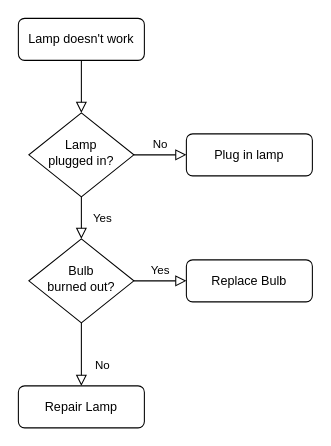
Above: Untitled Diagram.drawio in XuetingZhang/BiminghamWInnerSchool (draw.io), before the change. Source tidied: cells renumbered, new cells numbered last; positions are measured from the earlier drawing's top-left corner, leaving out a move shared by most shapes. Both pictures are drawn from the tidied source at 105%, with x=0, y=0 at pixel (18, 18).
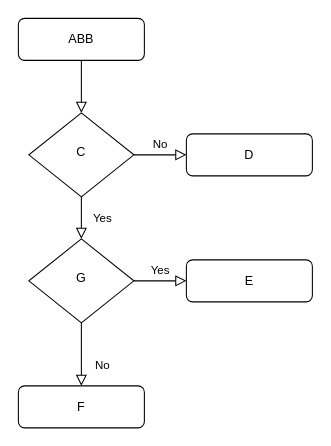
The same diagram, later.

Diff of the diagram source:
```diff
@@
 <mxGraphModel>
   <root>
     <mxCell id="0" />
     <mxCell id="1" parent="0" />
     <mxCell id="2" style="rounded=0;html=1;jettySize=auto;fontSize=11;endArrow=block;endFill=0;endSize=8;strokeWidth=1;shadow=0;labelBackgroundColor=none;edgeStyle=orthogonalEdgeStyle;" parent="1" edge="1" source="3" target="6">
       <mxGeometry relative="1" as="geometry" />
     </mxCell>
-    <mxCell id="3" value="Lamp doesn't work" style="rounded=1;whiteSpace=wrap;html=1;fontSize=12;glass=0;strokeWidth=1;shadow=0;" parent="1" vertex="1">
+    <mxCell id="3" value="ABB" style="rounded=1;whiteSpace=wrap;html=1;fontSize=12;glass=0;strokeWidth=1;shadow=0;" parent="1" vertex="1">
       <mxGeometry width="120" height="40" as="geometry" />
     </mxCell>
     <mxCell id="4" value="Yes" style="rounded=0;html=1;jettySize=auto;fontSize=11;endArrow=block;endFill=0;endSize=8;strokeWidth=1;shadow=0;labelBackgroundColor=none;edgeStyle=orthogonalEdgeStyle;" parent="1" edge="1" source="6" target="10">
       <mxGeometry y="20" relative="1" as="geometry" />
     </mxCell>
     <mxCell id="5" value="No" style="edgeStyle=orthogonalEdgeStyle;rounded=0;html=1;jettySize=auto;fontSize=11;endArrow=block;endFill=0;endSize=8;strokeWidth=1;shadow=0;labelBackgroundColor=none;" parent="1" edge="1" source="6" target="7">
       <mxGeometry y="10" relative="1" as="geometry" />
     </mxCell>
-    <mxCell id="6" value="Lamp&lt;br&gt;plugged in?" style="rhombus;whiteSpace=wrap;html=1;shadow=0;fontFamily=Helvetica;fontSize=12;align=center;strokeWidth=1;spacing=6;spacingTop=-4;" parent="1" vertex="1">
+    <mxCell id="6" value="C" style="rhombus;whiteSpace=wrap;html=1;shadow=0;fontFamily=Helvetica;fontSize=12;align=center;strokeWidth=1;spacing=6;spacingTop=-4;" parent="1" vertex="1">
       <mxGeometry x="10" y="90" width="100" height="80" as="geometry" />
     </mxCell>
-    <mxCell id="7" value="Plug in lamp" style="rounded=1;whiteSpace=wrap;html=1;fontSize=12;glass=0;strokeWidth=1;shadow=0;" parent="1" vertex="1">
+    <mxCell id="7" value="D" style="rounded=1;whiteSpace=wrap;html=1;fontSize=12;glass=0;strokeWidth=1;shadow=0;" parent="1" vertex="1">
       <mxGeometry x="160" y="110" width="120" height="40" as="geometry" />
     </mxCell>
     <mxCell id="8" value="No" style="rounded=0;html=1;jettySize=auto;fontSize=11;endArrow=block;endFill=0;endSize=8;strokeWidth=1;shadow=0;labelBackgroundColor=none;edgeStyle=orthogonalEdgeStyle;" parent="1" edge="1" source="10" target="11">
       <mxGeometry x="0.33" y="20" relative="1" as="geometry" />
     </mxCell>
     <mxCell id="9" value="Yes" style="edgeStyle=orthogonalEdgeStyle;rounded=0;html=1;jettySize=auto;fontSize=11;endArrow=block;endFill=0;endSize=8;strokeWidth=1;shadow=0;labelBackgroundColor=none;" parent="1" edge="1" source="10" target="12">
       <mxGeometry y="10" relative="1" as="geometry" />
     </mxCell>
-    <mxCell id="10" value="Bulb&lt;br&gt;burned out?" style="rhombus;whiteSpace=wrap;html=1;shadow=0;fontFamily=Helvetica;fontSize=12;align=center;strokeWidth=1;spacing=6;spacingTop=-4;" parent="1" vertex="1">
+    <mxCell id="10" value="G" style="rhombus;whiteSpace=wrap;html=1;shadow=0;fontFamily=Helvetica;fontSize=12;align=center;strokeWidth=1;spacing=6;spacingTop=-4;" parent="1" vertex="1">
       <mxGeometry x="10" y="210" width="100" height="80" as="geometry" />
     </mxCell>
-    <mxCell id="11" value="Repair Lamp" style="rounded=1;whiteSpace=wrap;html=1;fontSize=12;glass=0;strokeWidth=1;shadow=0;" parent="1" vertex="1">
+    <mxCell id="11" value="F" style="rounded=1;whiteSpace=wrap;html=1;fontSize=12;glass=0;strokeWidth=1;shadow=0;" parent="1" vertex="1">
       <mxGeometry y="350" width="120" height="40" as="geometry" />
     </mxCell>
-    <mxCell id="12" value="Replace Bulb" style="rounded=1;whiteSpace=wrap;html=1;fontSize=12;glass=0;strokeWidth=1;shadow=0;" parent="1" vertex="1">
+    <mxCell id="12" value="E" style="rounded=1;whiteSpace=wrap;html=1;fontSize=12;glass=0;strokeWidth=1;shadow=0;" parent="1" vertex="1">
       <mxGeometry x="160" y="230" width="120" height="40" as="geometry" />
     </mxCell>
   </root>
 </mxGraphModel>
```
